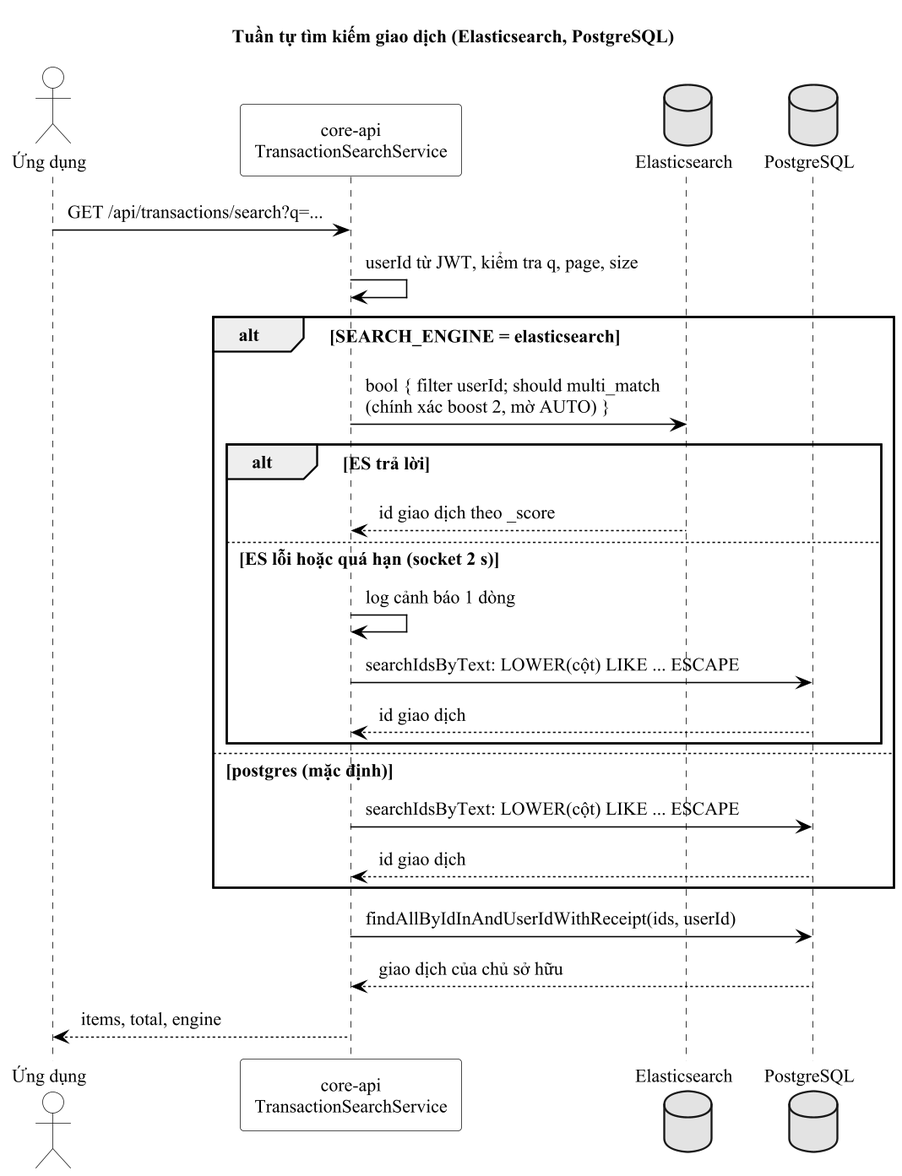
TriPhan15/donutpay-monorepo keeps this PlantUML diagram as docs/nosql/diagrams/seq_tim_kiem.png. Above is the earlier version.
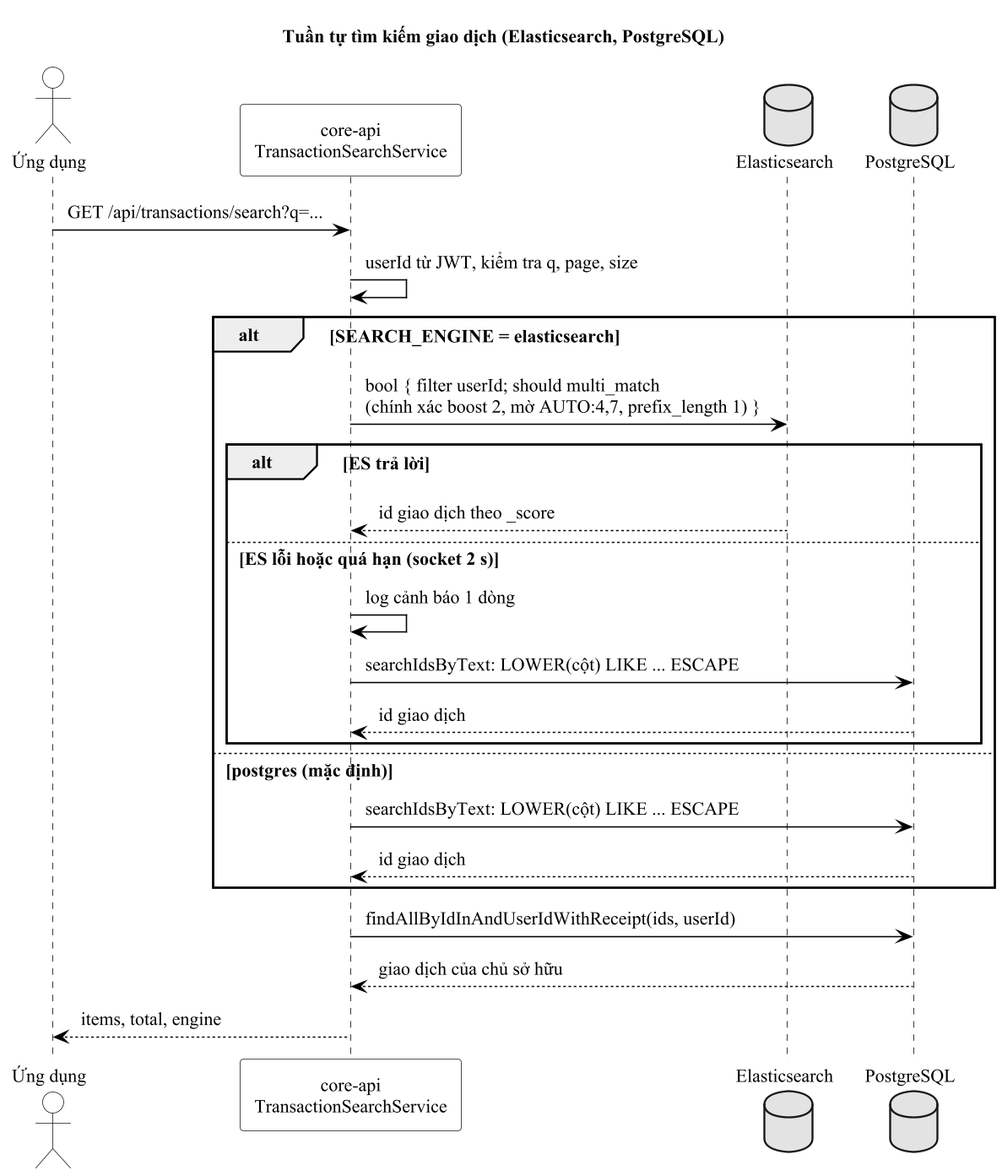
The same diagram one commit later.

Commit message:
docs(nosql): search diagrams show the real fuzzy settings (AUTO:4,7, prefix_length 1)

The edit, as a diff of the source:
```diff
@@ -9,7 +9,7 @@
 A -> C : GET /api/transactions/search?q=...
 C -> C : userId từ JWT, kiểm tra q, page, size
 alt SEARCH_ENGINE = elasticsearch
-  C -> E : bool { filter userId; should multi_match\n(chính xác boost 2, mờ AUTO) }
+  C -> E : bool { filter userId; should multi_match\n(chính xác boost 2, mờ AUTO:4,7, prefix_length 1) }
   alt ES trả lời
     E --> C : id giao dịch theo _score
   else ES lỗi hoặc quá hạn (socket 2 s)
```
